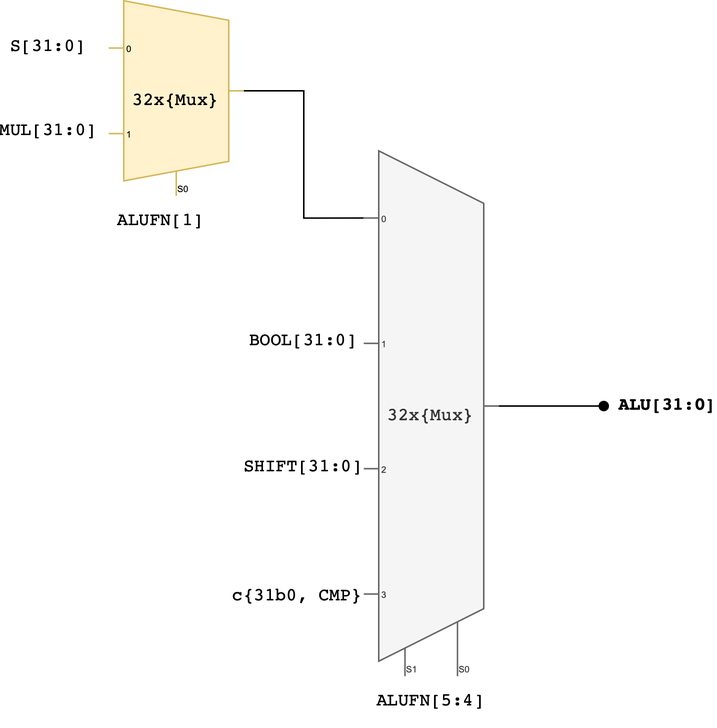
Before: assets/contentimage/lab3-fpga/2024-50002-ALU.drawio.png, a diagram exported from draw.io (natalieagus/50002). Source tidied: cells renumbered, new cells last; positions are measured from the earlier drawing's top-left corner, leaving out a move shared by most shapes. Source of this version:
```xml
<mxGraphModel>
  <root>
    <mxCell id="0" />
    <mxCell id="1" parent="0" />
    <mxCell id="2" style="edgeStyle=orthogonalEdgeStyle;rounded=0;jettySize=auto;html=1;exitX=1;exitY=0.5;exitDx=0;exitDy=-5;exitPerimeter=0;entryX=0;entryY=0.11928571428571429;entryDx=0;entryDy=3;entryPerimeter=0;endArrow=none;endFill=0;" parent="1" edge="1" source="3" target="4">
      <mxGeometry relative="1" as="geometry" />
    </mxCell>
    <mxCell id="3" value="&lt;pre&gt;32x{Mux}&lt;/pre&gt;" style="shadow=0;dashed=0;align=center;html=1;strokeWidth=1;shape=mxgraph.electrical.abstract.mux2;whiteSpace=wrap;noLabel=0;fillColor=#fff2cc;strokeColor=#d6b656;" parent="1" vertex="1">
      <mxGeometry x="70" width="90" height="130" as="geometry" />
    </mxCell>
    <mxCell id="4" value="&lt;pre&gt;32x{Mux}&lt;/pre&gt;" style="shadow=0;dashed=0;align=center;html=1;strokeWidth=1;shape=mxgraph.electrical.abstract.mux2;whiteSpace=wrap;selectorPins=2;fillColor=#f5f5f5;fontColor=#333333;strokeColor=#666666;" parent="1" vertex="1">
      <mxGeometry x="240" y="100" width="90" height="350" as="geometry" />
    </mxCell>
    <mxCell id="5" value="&lt;pre&gt;ALUFN[1]&lt;/pre&gt;" style="text;html=1;strokeColor=none;fillColor=none;align=center;verticalAlign=middle;whiteSpace=wrap;rounded=0;" parent="1" vertex="1">
      <mxGeometry x="75" y="130" width="60" height="30" as="geometry" />
    </mxCell>
    <mxCell id="6" value="&lt;pre&gt;ALUFN[5:4]&lt;/pre&gt;" style="text;html=1;strokeColor=none;fillColor=none;align=center;verticalAlign=middle;whiteSpace=wrap;rounded=0;" parent="1" vertex="1">
      <mxGeometry x="255" y="450" width="60" height="30" as="geometry" />
    </mxCell>
    <mxCell id="7" value="&lt;pre&gt;S[31:0]&lt;/pre&gt;" style="text;html=1;strokeColor=none;fillColor=none;align=center;verticalAlign=middle;whiteSpace=wrap;rounded=0;" parent="1" vertex="1">
      <mxGeometry y="14" width="60" height="30" as="geometry" />
    </mxCell>
    <mxCell id="8" value="&lt;pre&gt;MUL[31:0]&lt;/pre&gt;" style="text;html=1;strokeColor=none;fillColor=none;align=center;verticalAlign=middle;whiteSpace=wrap;rounded=0;" parent="1" vertex="1">
      <mxGeometry y="70" width="60" height="30" as="geometry" />
    </mxCell>
    <mxCell id="9" value="&lt;pre&gt;BOOL[31:0]&lt;/pre&gt;" style="text;html=1;strokeColor=none;fillColor=none;align=center;verticalAlign=middle;whiteSpace=wrap;rounded=0;" parent="1" vertex="1">
      <mxGeometry x="170" y="210" width="60" height="30" as="geometry" />
    </mxCell>
    <mxCell id="10" value="&lt;pre&gt;SHIFT[31:0]&lt;/pre&gt;" style="text;html=1;strokeColor=none;fillColor=none;align=center;verticalAlign=middle;whiteSpace=wrap;rounded=0;" parent="1" vertex="1">
      <mxGeometry x="170" y="294" width="60" height="30" as="geometry" />
    </mxCell>
    <mxCell id="11" value="&lt;pre&gt;c{31b0, CMP}&lt;/pre&gt;" style="text;html=1;strokeColor=none;fillColor=none;align=center;verticalAlign=middle;whiteSpace=wrap;rounded=0;" parent="1" vertex="1">
      <mxGeometry x="166" y="380" width="60" height="30" as="geometry" />
    </mxCell>
    <mxCell id="12" value="&lt;pre&gt;ALU[31:0]&lt;/pre&gt;" style="text;html=1;strokeColor=none;fillColor=none;align=center;verticalAlign=middle;whiteSpace=wrap;rounded=0;fontStyle=1;" parent="1" vertex="1">
      <mxGeometry x="413" y="253" width="60" height="30" as="geometry" />
    </mxCell>
    <mxCell id="13" style="endArrow=oval;html=1;rounded=0;exitX=1;exitY=0.5;exitDx=0;exitDy=-5;exitPerimeter=0;endFill=1;" parent="1" edge="1" source="4">
      <mxGeometry relative="1" as="geometry">
        <mxPoint x="400" y="270" as="targetPoint" />
        <Array as="points">
          <mxPoint x="370" y="270" />
        </Array>
      </mxGeometry>
    </mxCell>
  </root>
</mxGraphModel>
```
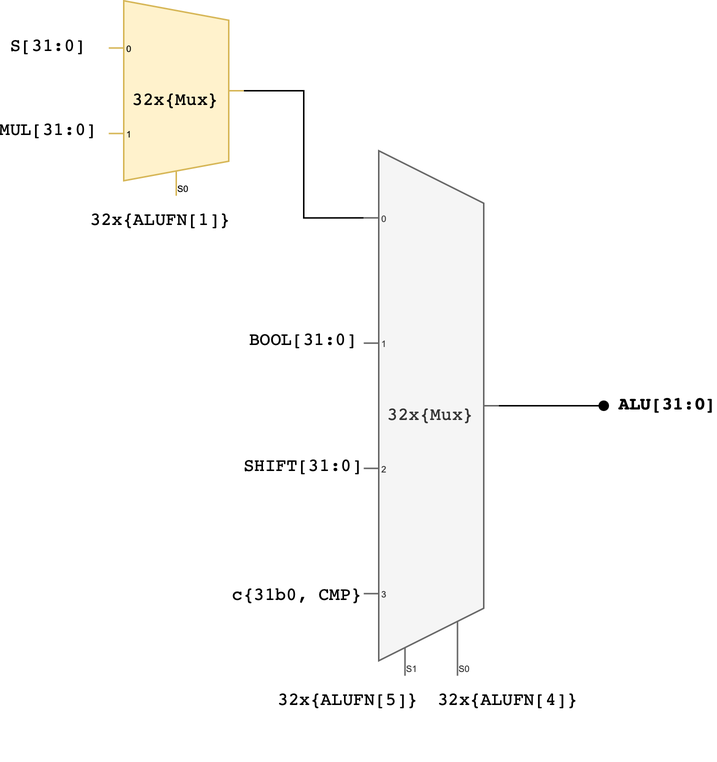
The same diagram one commit later.

Commit message:
feat: update alu selector pic

Change to the diagram source:
```diff
@@ -11,11 +11,11 @@
     <mxCell id="4" value="&lt;pre&gt;32x{Mux}&lt;/pre&gt;" style="shadow=0;dashed=0;align=center;html=1;strokeWidth=1;shape=mxgraph.electrical.abstract.mux2;whiteSpace=wrap;selectorPins=2;fillColor=#f5f5f5;fontColor=#333333;strokeColor=#666666;" parent="1" vertex="1">
       <mxGeometry x="240" y="100" width="90" height="350" as="geometry" />
     </mxCell>
-    <mxCell id="5" value="&lt;pre&gt;ALUFN[1]&lt;/pre&gt;" style="text;html=1;strokeColor=none;fillColor=none;align=center;verticalAlign=middle;whiteSpace=wrap;rounded=0;" parent="1" vertex="1">
+    <mxCell id="5" value="&lt;pre&gt;32x{ALUFN[1]}&lt;/pre&gt;" style="text;html=1;strokeColor=none;fillColor=none;align=center;verticalAlign=middle;whiteSpace=wrap;rounded=0;" parent="1" vertex="1">
       <mxGeometry x="75" y="130" width="60" height="30" as="geometry" />
     </mxCell>
-    <mxCell id="6" value="&lt;pre&gt;ALUFN[5:4]&lt;/pre&gt;" style="text;html=1;strokeColor=none;fillColor=none;align=center;verticalAlign=middle;whiteSpace=wrap;rounded=0;" parent="1" vertex="1">
-      <mxGeometry x="255" y="450" width="60" height="30" as="geometry" />
+    <mxCell id="6" value="&lt;pre&gt;32x{ALUFN[5]}&lt;/pre&gt;" style="text;html=1;strokeColor=none;fillColor=none;align=center;verticalAlign=middle;whiteSpace=wrap;rounded=0;" parent="1" vertex="1">
+      <mxGeometry x="200" y="450" width="60" height="30" as="geometry" />
     </mxCell>
     <mxCell id="7" value="&lt;pre&gt;S[31:0]&lt;/pre&gt;" style="text;html=1;strokeColor=none;fillColor=none;align=center;verticalAlign=middle;whiteSpace=wrap;rounded=0;" parent="1" vertex="1">
       <mxGeometry y="14" width="60" height="30" as="geometry" />
@@ -43,5 +43,8 @@
         </Array>
       </mxGeometry>
     </mxCell>
+    <mxCell id="14" value="&lt;pre style=&quot;border-color: var(--border-color); font-size: 12.000001px;&quot;&gt;32x{ALUFN[4]}&lt;/pre&gt;&lt;div&gt;&lt;br&gt;&lt;/div&gt;" style="text;html=1;align=center;verticalAlign=middle;strokeColor=none;fillColor=none;" parent="1" vertex="1">
+      <mxGeometry x="276" y="437" width="120" height="70" as="geometry" />
+    </mxCell>
   </root>
 </mxGraphModel>
```
